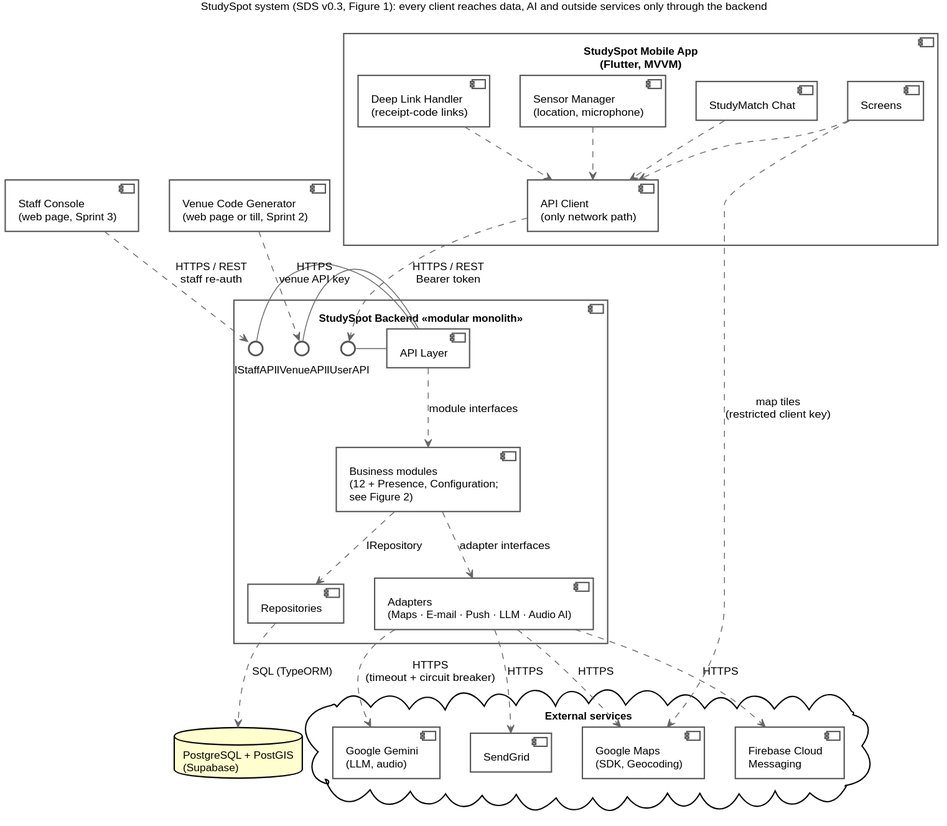
yasmeennasrr/StudySpot keeps this PlantUML diagram as docs/architecture/uml/fig1-system-components.svg. Above is the earlier version. Source of this version:
```plantuml
@startuml fig1-system-components
skinparam componentStyle uml2
skinparam shadowing false
skinparam defaultFontName Helvetica
skinparam defaultFontSize 12
skinparam component {
  BackgroundColor white
  BorderColor #555555
}
skinparam interface {
  BackgroundColor white
  BorderColor #555555
}
skinparam ArrowColor #666666
top to bottom direction

title StudySpot system (SDS v0.3, Figure 1): every client reaches data, AI and outside services only through the backend

component "StudySpot Mobile App\n(Flutter, MVVM)" as App {
  component "Screens" as Screens
  component "StudyMatch Chat" as Chat
  component "Sensor Manager\n(location, microphone)" as Sensors
  component "Deep Link Handler\n(receipt-code links)" as Deep
  component "API Client\n(only network path)" as Client
  Screens ..> Client
  Chat ..> Client
  Sensors ..> Client
  Deep ..> Client
}
component "Staff Console\n(web page, Sprint 3)" as Staff
component "Venue Code Generator\n(web page or till, Sprint 2)" as Venue

component "StudySpot Backend «modular monolith»" as Backend {
  () "IUserAPI" as IUserAPI
  () "IStaffAPI" as IStaffAPI
  () "IVenueAPI" as IVenueAPI
  component "API Layer" as API
  component "Business modules\n(12 + Presence, Configuration;\nsee Figure 2)" as Modules
  component "Repositories" as Repos
  component "Adapters\n(Maps · E-mail · Push · LLM · Audio AI)" as Adapters
  IUserAPI - API
  IStaffAPI - API
  IVenueAPI - API
  API ..> Modules : module interfaces
  Modules ..> Repos : IRepository
  Modules ..> Adapters : adapter interfaces
}

database "PostgreSQL + PostGIS\n(Supabase)" as DB
cloud "External services" as Ext {
  component "Google Gemini\n(LLM, audio)" as Gemini
  component "Google Maps\n(SDK, Geocoding)" as GMaps
  component "SendGrid" as SendGrid
  component "Firebase Cloud\nMessaging" as FCM
}

Client ..> IUserAPI : HTTPS / REST\nBearer token
Staff ..> IStaffAPI : HTTPS / REST\nstaff re-auth
Venue ..> IVenueAPI : HTTPS\nvenue API key
Repos ..> DB : SQL (TypeORM)
Adapters ..> Gemini : HTTPS\n(timeout + circuit breaker)
Adapters ..> GMaps : HTTPS
Adapters ..> SendGrid : HTTPS
Adapters ..> FCM : HTTPS
Screens ..> GMaps : map tiles\n(restricted client key)
@enduml
```
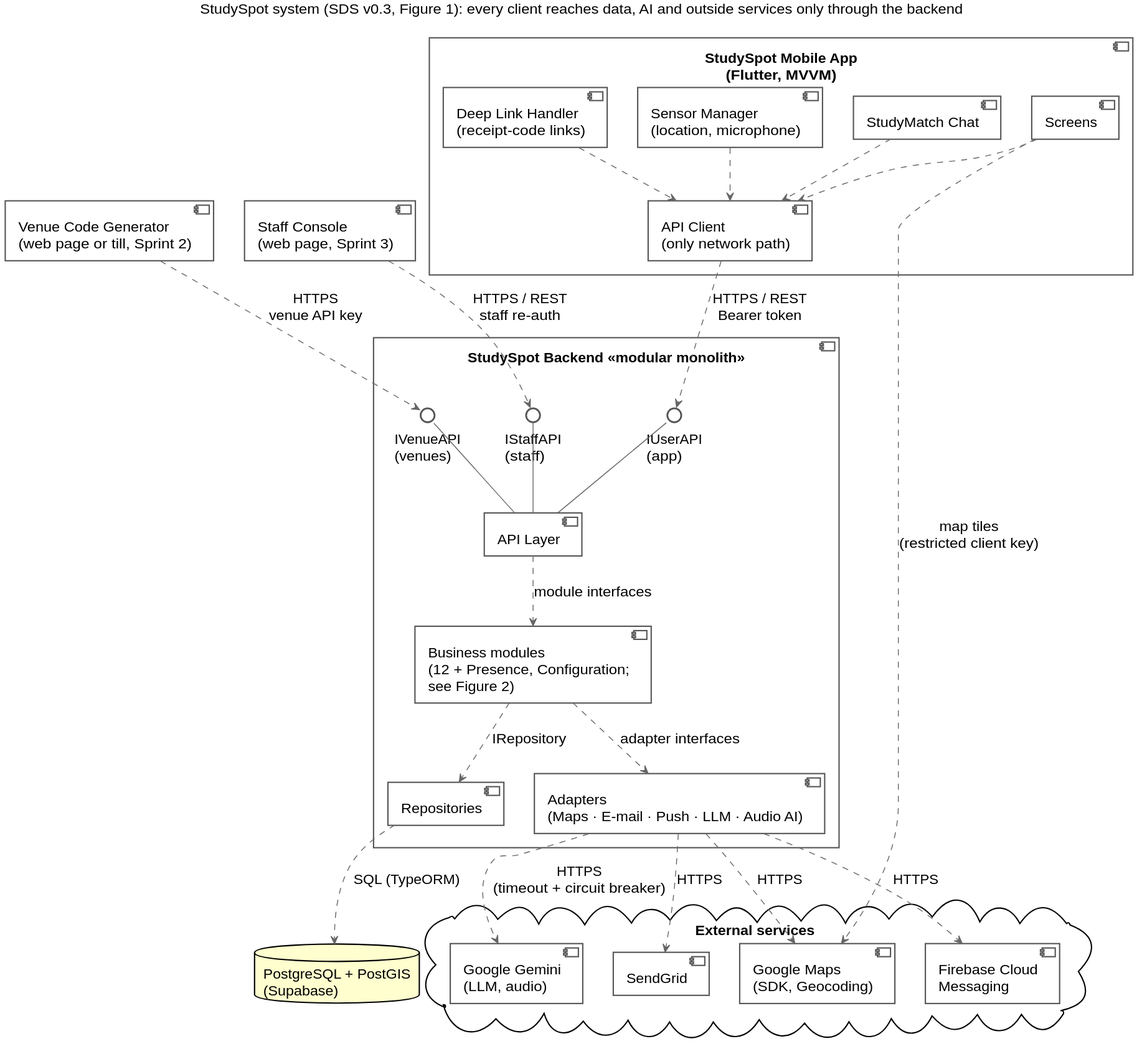
The same file after the commit.

Diff of the diagram source:
```diff
@@ -2,7 +2,7 @@
 skinparam componentStyle uml2
 skinparam shadowing false
 skinparam defaultFontName Helvetica
-skinparam defaultFontSize 12
+skinparam defaultFontSize 16
 skinparam component {
   BackgroundColor white
   BorderColor #555555
@@ -31,16 +31,16 @@
 component "Venue Code Generator\n(web page or till, Sprint 2)" as Venue
 
 component "StudySpot Backend «modular monolith»" as Backend {
-  () "IUserAPI" as IUserAPI
-  () "IStaffAPI" as IStaffAPI
-  () "IVenueAPI" as IVenueAPI
+  () "IUserAPI\n(app)" as IUserAPI
+  () "IStaffAPI\n(staff)" as IStaffAPI
+  () "IVenueAPI\n(venues)" as IVenueAPI
   component "API Layer" as API
   component "Business modules\n(12 + Presence, Configuration;\nsee Figure 2)" as Modules
   component "Repositories" as Repos
   component "Adapters\n(Maps · E-mail · Push · LLM · Audio AI)" as Adapters
-  IUserAPI - API
-  IStaffAPI - API
-  IVenueAPI - API
+  API -up- IUserAPI
+  API -up- IStaffAPI
+  API -up- IVenueAPI
   API ..> Modules : module interfaces
   Modules ..> Repos : IRepository
   Modules ..> Adapters : adapter interfaces
```
